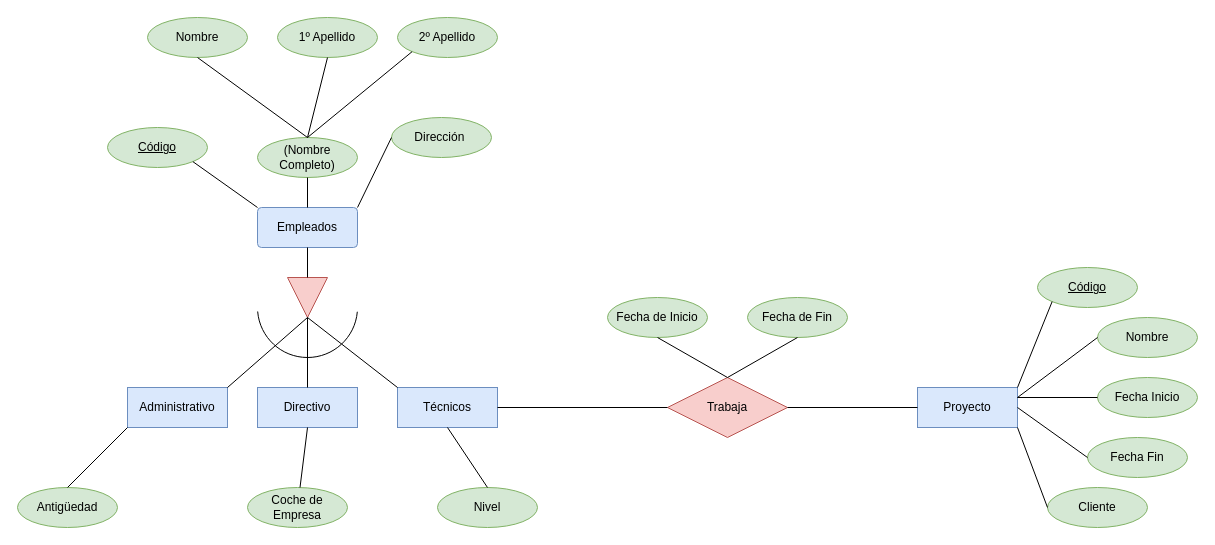
Above: prueba.drawio in Pederysky/Cosas-de-clase (draw.io), before the change. Source tidied: cells renumbered, new cells numbered last; positions are measured from the earlier drawing's top-left corner, leaving out a move shared by most shapes. Both pictures are drawn from the tidied source at 100%, with x=0, y=0 at pixel (17, 17).
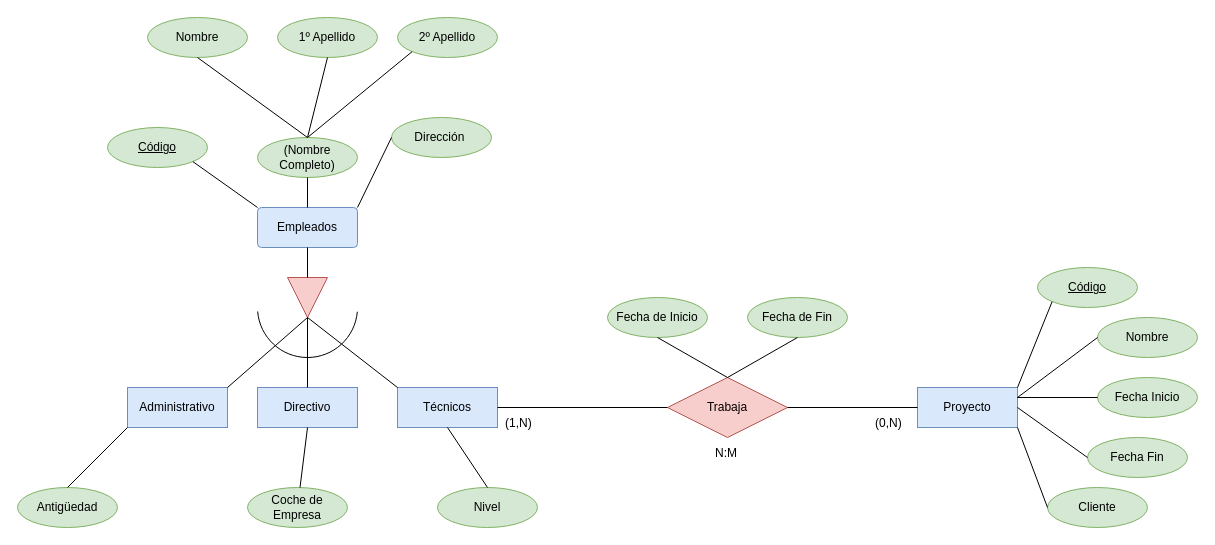
After the change.

What changed in the source:
```diff
@@
+    <mxCell id="48" style="shape=table;startSize=0;childLayout=tableLayout;rowLines=0;fontStyle=0;align=center;strokeColor=none;fillColor=none;whiteSpace=wrap;html=1;" parent="1" vertex="1">
+      <mxGeometry x="820" y="390" width="70" height="30" as="geometry" />
+    </mxCell>
+    <mxCell id="49" style="shape=tableRow;horizontal=0;startSize=0;swimlaneHead=0;swimlaneBody=0;fillColor=none;top=0;left=0;right=0;bottom=0;" parent="48" vertex="1">
+      <mxGeometry width="70" height="30" as="geometry" />
+    </mxCell>
+    <mxCell id="50" style="shape=partialRectangle;fillColor=none;top=0;left=0;bottom=0;right=0;overflow=hidden;" parent="49" vertex="1">
+      <mxGeometry width="30" height="30" as="geometry" />
+    </mxCell>
+    <mxCell id="51" value="(0,N)" style="shape=partialRectangle;fillColor=none;top=0;left=0;bottom=0;right=0;align=left;spacingLeft=6;overflow=hidden;" parent="49" vertex="1">
+      <mxGeometry x="30" width="40" height="30" as="geometry" />
+    </mxCell>
+    <mxCell id="52" style="shape=table;startSize=0;childLayout=tableLayout;rowLines=0;fontStyle=0;align=center;strokeColor=none;fillColor=none;whiteSpace=wrap;html=1;" parent="1" vertex="1">
+      <mxGeometry x="450" y="390" width="100" height="30" as="geometry" />
+    </mxCell>
+    <mxCell id="53" style="shape=tableRow;horizontal=0;startSize=0;swimlaneHead=0;swimlaneBody=0;fillColor=none;top=0;left=0;right=0;bottom=0;" parent="52" vertex="1">
+      <mxGeometry width="100" height="30" as="geometry" />
+    </mxCell>
+    <mxCell id="54" style="shape=partialRectangle;fillColor=none;top=0;left=0;bottom=0;right=0;overflow=hidden;" parent="53" vertex="1">
+      <mxGeometry width="30" height="30" as="geometry" />
+    </mxCell>
+    <mxCell id="55" value="(1,N)" style="shape=partialRectangle;fillColor=none;top=0;left=0;bottom=0;right=0;align=left;spacingLeft=6;overflow=hidden;" parent="53" vertex="1">
+      <mxGeometry x="30" width="70" height="30" as="geometry" />
+    </mxCell>
+    <mxCell id="56" style="shape=table;startSize=0;childLayout=tableLayout;rowLines=0;fontStyle=0;align=center;strokeColor=none;fillColor=none;whiteSpace=wrap;html=1;" parent="1" vertex="1">
+      <mxGeometry x="660" y="420" width="180" height="30" as="geometry" />
+    </mxCell>
+    <mxCell id="57" style="shape=tableRow;horizontal=0;startSize=0;swimlaneHead=0;swimlaneBody=0;fillColor=none;top=0;left=0;right=0;bottom=0;" parent="56" vertex="1">
+      <mxGeometry width="180" height="30" as="geometry" />
+    </mxCell>
+    <mxCell id="58" style="shape=partialRectangle;fillColor=none;top=0;left=0;bottom=0;right=0;overflow=hidden;" parent="57" vertex="1">
+      <mxGeometry width="30" height="30" as="geometry" />
+    </mxCell>
+    <mxCell id="59" value="N:M" style="shape=partialRectangle;fillColor=none;top=0;left=0;bottom=0;right=0;align=left;spacingLeft=6;overflow=hidden;" parent="57" vertex="1">
+      <mxGeometry x="30" width="150" height="30" as="geometry" />
+    </mxCell>
```
